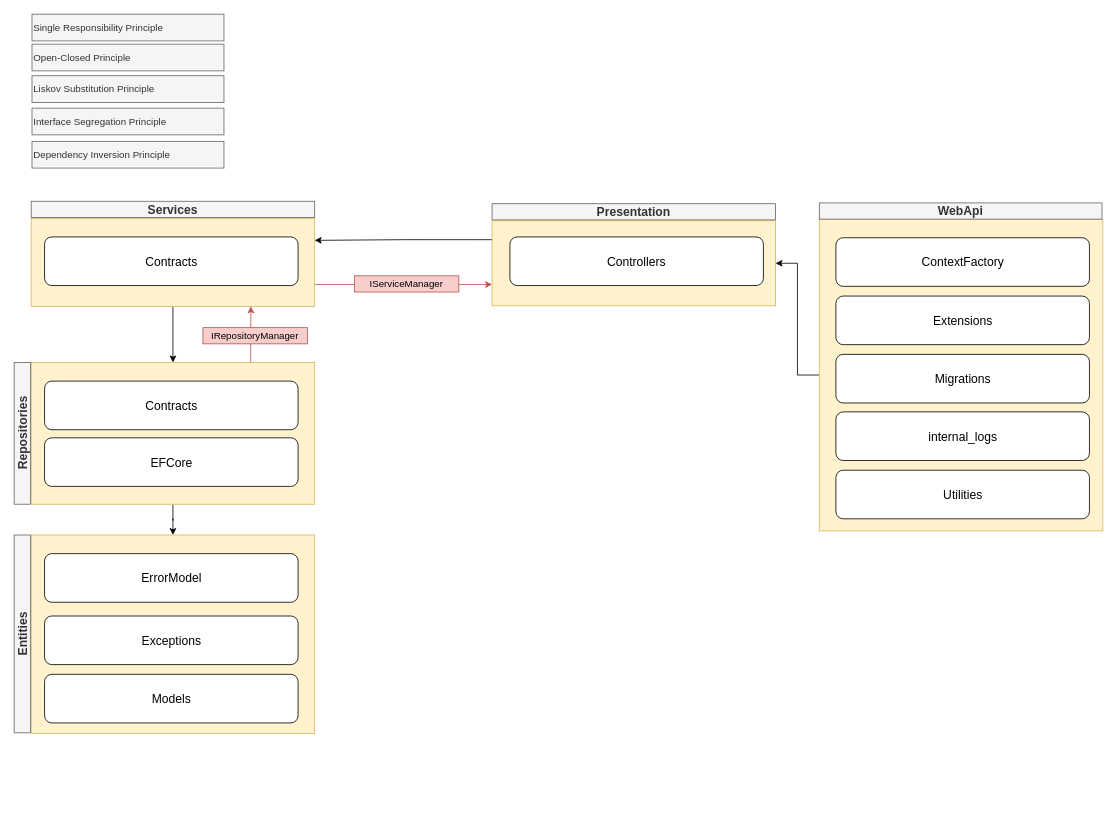
Above: drawing.drawio in TopGuru777/BTK-Akademi-ASPNET-Core-Web-Api (draw.io), before the change. Source tidied: cells renumbered, new cells numbered last; positions are measured from the earlier drawing's top-left corner, leaving out a move shared by most shapes. Both pictures are drawn from the tidied source at 81%, with x=0, y=0 at pixel (-77, 14).
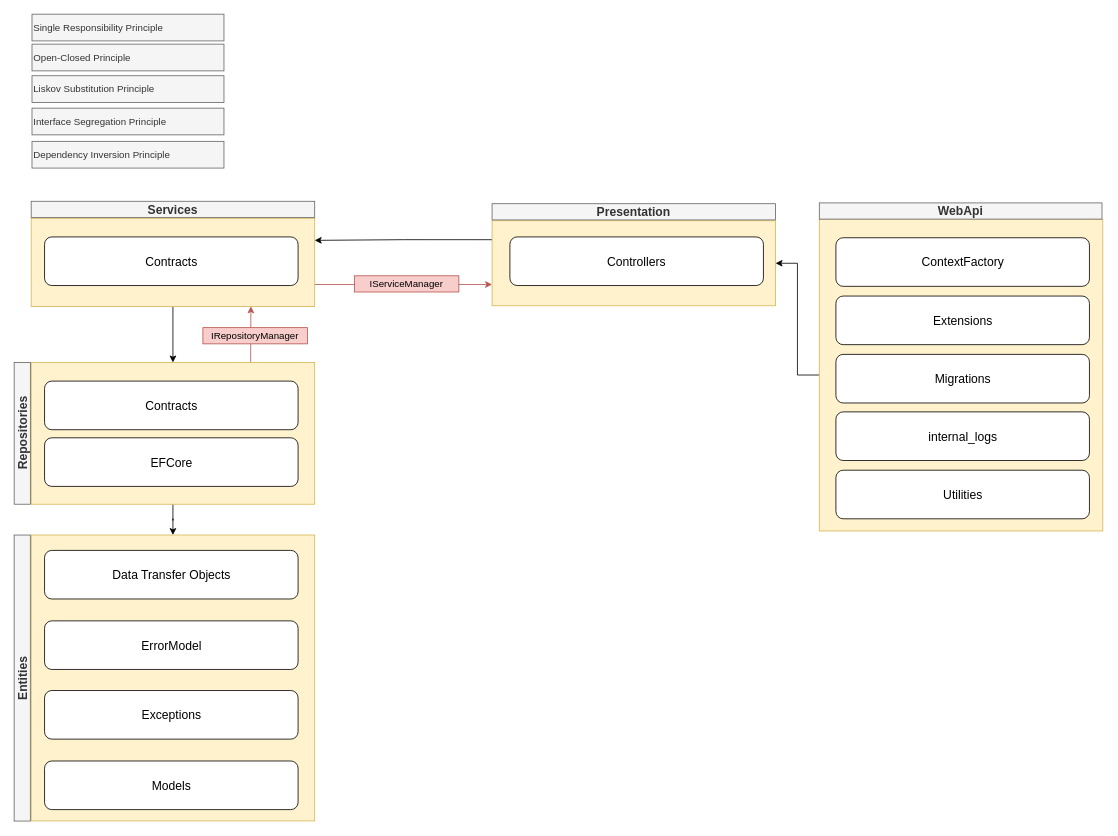
The same diagram, later.

The edit, as a diff of the source:
```diff
@@
     <mxCell id="5" style="rounded=1;whiteSpace=wrap;html=1;fillColor=#fff2cc;strokeColor=#d6b656;arcSize=0;" parent="1" vertex="1">
-      <mxGeometry x="133" y="643" width="350" height="245" as="geometry" />
+      <mxGeometry x="133" y="643" width="350" height="353" as="geometry" />
     </mxCell>
     <mxCell id="6" value="ErrorModel" style="rounded=1;whiteSpace=wrap;html=1;fontSize=15;" parent="1" vertex="1">
-      <mxGeometry x="149.5" y="666" width="313" height="60" as="geometry" />
+      <mxGeometry x="149.5" y="749" width="313" height="60" as="geometry" />
     </mxCell>
@@
     <mxCell id="27" value="Entities" style="text;html=1;strokeColor=#666666;fillColor=#f5f5f5;align=center;verticalAlign=middle;whiteSpace=wrap;rounded=0;fontSize=15;fontStyle=1;rotation=-90;fontColor=#333333;" parent="1" vertex="1">
-      <mxGeometry x="-0.1" y="755.1" width="244.2" height="20" as="geometry" />
+      <mxGeometry x="-54.6" y="809.6" width="353.1" height="20" as="geometry" />
     </mxCell>
@@
     <mxCell id="35" value="Exceptions" style="rounded=1;whiteSpace=wrap;html=1;fontSize=15;" parent="1" vertex="1">
-      <mxGeometry x="149.5" y="743" width="313" height="60" as="geometry" />
+      <mxGeometry x="149.5" y="835" width="313" height="60" as="geometry" />
     </mxCell>
     <mxCell id="36" value="Models" style="rounded=1;whiteSpace=wrap;html=1;fontSize=15;" parent="1" vertex="1">
-      <mxGeometry x="149.5" y="815" width="313" height="60" as="geometry" />
+      <mxGeometry x="149.5" y="922" width="313" height="60" as="geometry" />
     </mxCell>
@@
+    <mxCell id="38" value="Data Transfer Objects" style="rounded=1;whiteSpace=wrap;html=1;fontSize=15;" parent="1" vertex="1">
+      <mxGeometry x="149.5" y="662" width="313" height="60" as="geometry" />
+    </mxCell>
```
